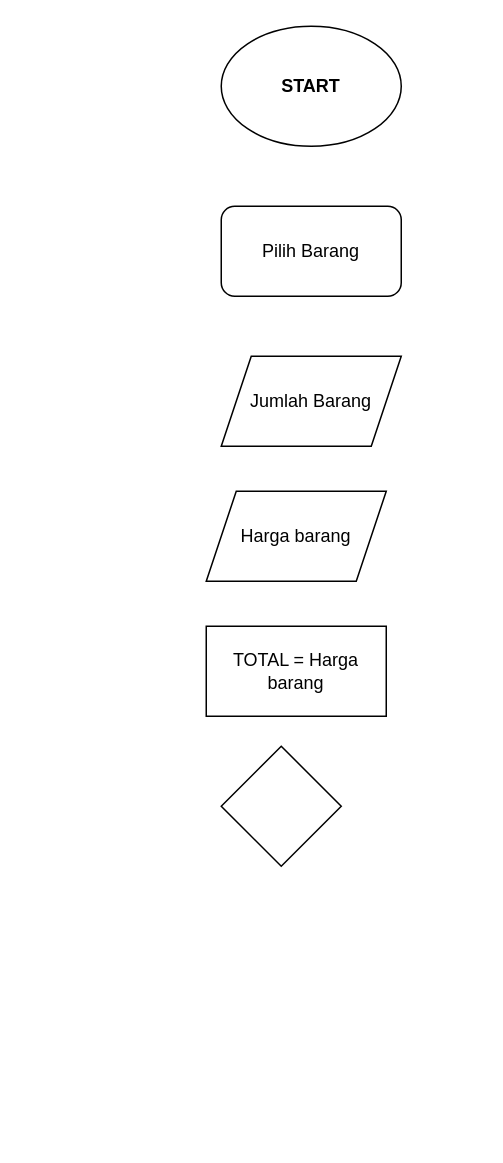
Before: Flowchart.drawio in BrokenBrainz/DestaPratama-BE5370877, a draw.io diagram. Source tidied: cells renumbered, new cells numbered last; positions are measured from the earlier drawing's top-left corner, leaving out a move shared by most shapes. Both pictures are drawn from the tidied source at 150%, with x=0, y=0 at pixel (206, 26).
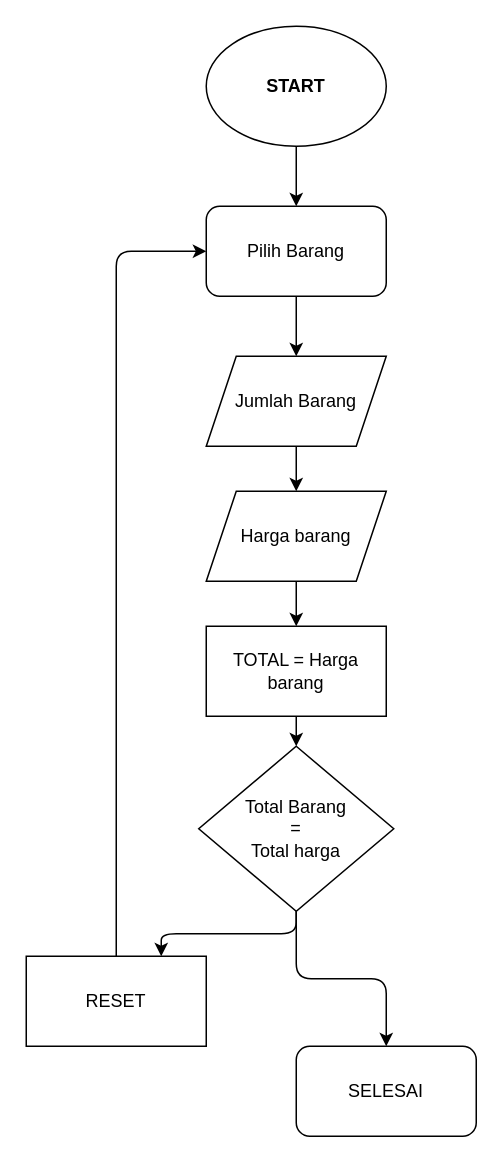
After the change.

Commit message:
Jika telah di bayar

Change to the diagram source:
```diff
@@
 <mxGraphModel>
   <root>
     <mxCell id="0" />
     <mxCell id="1" parent="0" />
+    <mxCell id="8" style="edgeStyle=none;html=1;exitX=0.5;exitY=1;exitDx=0;exitDy=0;entryX=0.5;entryY=0;entryDx=0;entryDy=0;" parent="1" edge="1" source="2" target="3">
+      <mxGeometry relative="1" as="geometry" />
+    </mxCell>
     <mxCell id="2" value="&lt;b&gt;START&lt;/b&gt;" style="ellipse;whiteSpace=wrap;html=1;" parent="1" vertex="1">
-      <mxGeometry x="10" width="120" height="80" as="geometry" />
+      <mxGeometry width="120" height="80" as="geometry" />
     </mxCell>
+    <mxCell id="9" style="edgeStyle=none;html=1;exitX=0.5;exitY=1;exitDx=0;exitDy=0;entryX=0.5;entryY=0;entryDx=0;entryDy=0;" parent="1" edge="1" source="3" target="4">
+      <mxGeometry relative="1" as="geometry" />
+    </mxCell>
     <mxCell id="3" value="Pilih Barang" style="rounded=1;whiteSpace=wrap;html=1;" parent="1" vertex="1">
-      <mxGeometry x="10" y="120" width="120" height="60" as="geometry" />
+      <mxGeometry y="120" width="120" height="60" as="geometry" />
     </mxCell>
+    <mxCell id="10" style="edgeStyle=none;html=1;exitX=0.5;exitY=1;exitDx=0;exitDy=0;entryX=0.5;entryY=0;entryDx=0;entryDy=0;" parent="1" edge="1" source="4" target="5">
+      <mxGeometry relative="1" as="geometry" />
+    </mxCell>
     <mxCell id="4" value="Jumlah Barang" style="shape=parallelogram;perimeter=parallelogramPerimeter;whiteSpace=wrap;html=1;fixedSize=1;" parent="1" vertex="1">
-      <mxGeometry x="10" y="220" width="120" height="60" as="geometry" />
+      <mxGeometry y="220" width="120" height="60" as="geometry" />
     </mxCell>
+    <mxCell id="11" style="edgeStyle=none;html=1;exitX=0.5;exitY=1;exitDx=0;exitDy=0;entryX=0.5;entryY=0;entryDx=0;entryDy=0;" parent="1" edge="1" source="5" target="6">
+      <mxGeometry relative="1" as="geometry" />
+    </mxCell>
     <mxCell id="5" value="Harga barang" style="shape=parallelogram;perimeter=parallelogramPerimeter;whiteSpace=wrap;html=1;fixedSize=1;" parent="1" vertex="1">
       <mxGeometry y="310" width="120" height="60" as="geometry" />
     </mxCell>
+    <mxCell id="12" style="edgeStyle=none;html=1;exitX=0.5;exitY=1;exitDx=0;exitDy=0;entryX=0.5;entryY=0;entryDx=0;entryDy=0;" parent="1" edge="1" source="6" target="7">
+      <mxGeometry relative="1" as="geometry" />
+    </mxCell>
     <mxCell id="6" value="TOTAL = Harga barang" style="rounded=0;whiteSpace=wrap;html=1;" parent="1" vertex="1">
       <mxGeometry y="400" width="120" height="60" as="geometry" />
     </mxCell>
+    <mxCell id="13" style="edgeStyle=orthogonalEdgeStyle;html=1;exitX=0.5;exitY=1;exitDx=0;exitDy=0;entryX=0.75;entryY=0;entryDx=0;entryDy=0;" parent="1" edge="1" source="7" target="16">
+      <mxGeometry relative="1" as="geometry" />
+    </mxCell>
+    <mxCell id="14" style="edgeStyle=orthogonalEdgeStyle;html=1;exitX=0.5;exitY=1;exitDx=0;exitDy=0;" parent="1" edge="1" source="7" target="17">
+      <mxGeometry relative="1" as="geometry" />
+    </mxCell>
-    <mxCell id="7" style="rhombus;whiteSpace=wrap;html=1;" parent="1" vertex="1">
-      <mxGeometry x="10" y="480" width="80" height="80" as="geometry" />
+    <mxCell id="7" value="Total Barang&lt;br&gt;=&lt;br&gt;Total harga" style="rhombus;whiteSpace=wrap;html=1;" parent="1" vertex="1">
+      <mxGeometry x="-5" y="480" width="130" height="110" as="geometry" />
     </mxCell>
+    <mxCell id="15" style="edgeStyle=orthogonalEdgeStyle;html=1;exitX=0.5;exitY=0;exitDx=0;exitDy=0;entryX=0;entryY=0.5;entryDx=0;entryDy=0;" parent="1" edge="1" source="16" target="3">
+      <mxGeometry relative="1" as="geometry" />
+    </mxCell>
+    <mxCell id="16" value="RESET" style="rounded=0;whiteSpace=wrap;html=1;" parent="1" vertex="1">
+      <mxGeometry x="-120" y="620" width="120" height="60" as="geometry" />
+    </mxCell>
+    <mxCell id="17" value="SELESAI" style="rounded=1;whiteSpace=wrap;html=1;" parent="1" vertex="1">
+      <mxGeometry x="60" y="680" width="120" height="60" as="geometry" />
+    </mxCell>
   </root>
 </mxGraphModel>
```
